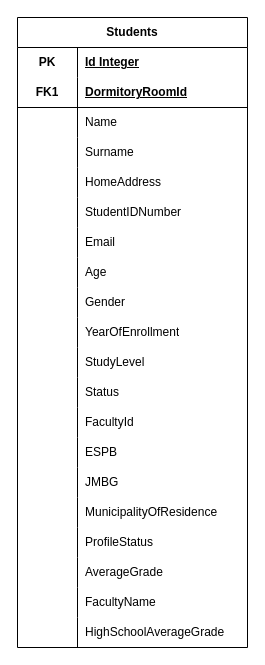
Earlier version of the draw.io diagram diagram.drawio (arsenic02/DormMS). Source tidied: cells renumbered, new cells numbered last; positions are measured from the earlier drawing's top-left corner, leaving out a move shared by most shapes. Both pictures are drawn from the tidied source at 100%, with x=0, y=0 at pixel (17, 17).
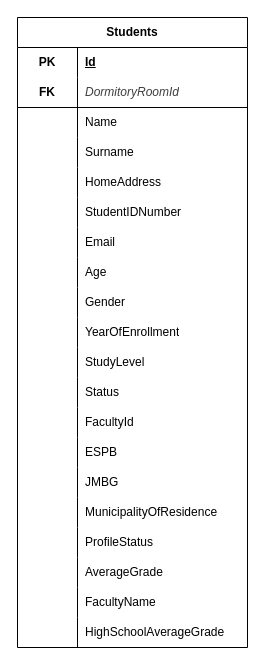
The same page after the edit.

Unchanged cells that the change refers to:
```xml
<mxCell id="3" style="shape=tableRow;horizontal=0;startSize=0;swimlaneHead=0;swimlaneBody=0;fillColor=none;top=0;left=0;right=0;bottom=0;html=1;" parent="2" vertex="1">
  <mxGeometry y="30" width="230" height="30" as="geometry" />
</mxCell>
<mxCell id="6" style="shape=tableRow;horizontal=0;startSize=0;swimlaneHead=0;swimlaneBody=0;fillColor=none;top=0;left=0;right=0;bottom=1;html=1;" parent="2" vertex="1">
  <mxGeometry y="60" width="230" height="30" as="geometry" />
</mxCell>
```

Change to the diagram source:
```diff
@@
-    <mxCell id="5" value="Id Integer" style="shape=partialRectangle;fillColor=none;top=0;left=0;bottom=0;right=0;align=left;spacingLeft=6;fontStyle=5;overflow=hidden;html=1;whiteSpace=wrap;" parent="3" vertex="1">
+    <mxCell id="5" value="Id" style="shape=partialRectangle;fillColor=none;top=0;left=0;bottom=0;right=0;align=left;spacingLeft=6;fontStyle=5;overflow=hidden;html=1;whiteSpace=wrap;" parent="3" vertex="1">
       <mxGeometry x="60" width="170" height="30" as="geometry" />
     </mxCell>
@@
-    <mxCell id="7" value="FK1" style="shape=partialRectangle;fillColor=none;top=0;left=0;bottom=0;right=0;fontStyle=1;overflow=hidden;html=1;whiteSpace=wrap;" parent="6" vertex="1">
+    <mxCell id="7" value="FK" style="shape=partialRectangle;fillColor=none;top=0;left=0;bottom=0;right=0;fontStyle=1;overflow=hidden;html=1;whiteSpace=wrap;" parent="6" vertex="1">
       <mxGeometry width="60" height="30" as="geometry" />
     </mxCell>
-    <mxCell id="8" value="DormitoryRoomId" style="shape=partialRectangle;fillColor=none;top=0;left=0;bottom=0;right=0;align=left;spacingLeft=6;fontStyle=5;overflow=hidden;html=1;whiteSpace=wrap;" parent="6" vertex="1">
+    <mxCell id="8" value="&lt;span style=&quot;color: rgb(63, 63, 63); font-weight: 400;&quot;&gt;&lt;i&gt;DormitoryRoomId&lt;/i&gt;&lt;/span&gt;" style="shape=partialRectangle;fillColor=none;top=0;left=0;bottom=0;right=0;align=left;spacingLeft=6;fontStyle=1;overflow=hidden;html=1;whiteSpace=wrap;" parent="6" vertex="1">
       <mxGeometry x="60" width="170" height="30" as="geometry" />
     </mxCell>
```
